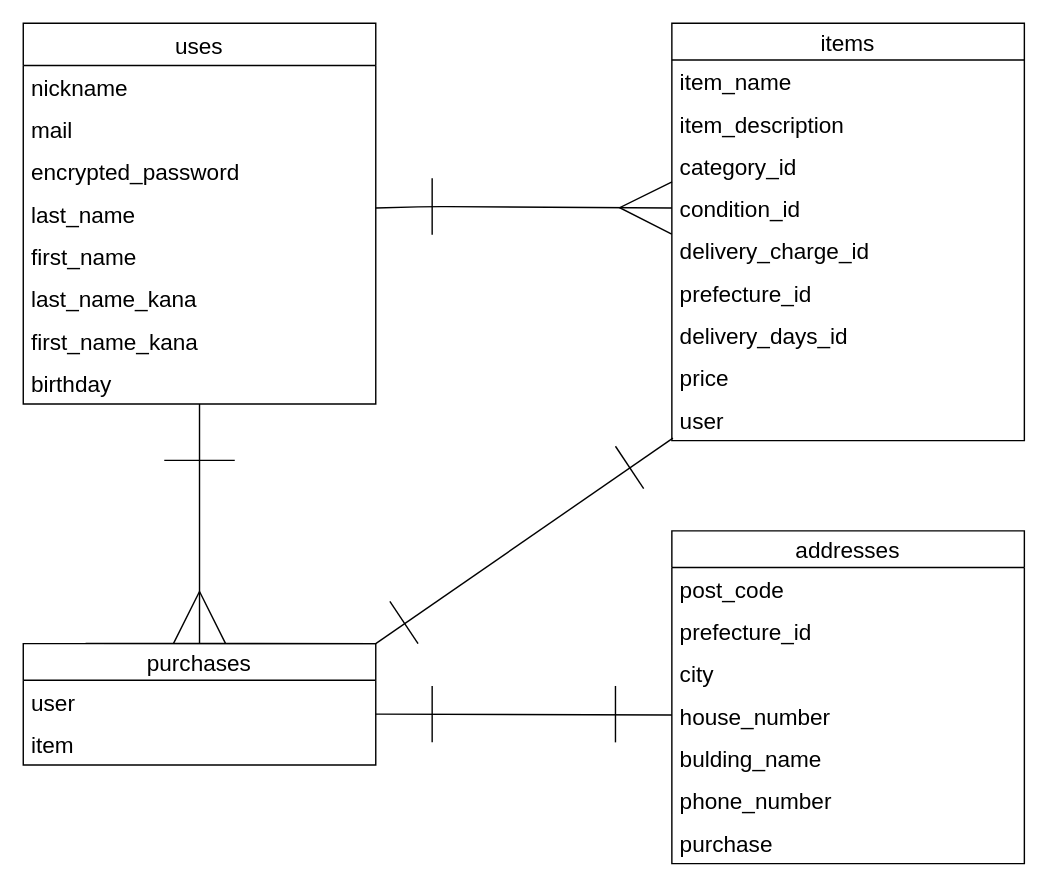
kyouheiyamazoe/furima-38379 keeps this draw.io diagram as ER.dio. Above is the earlier version. Source tidied: cells renumbered, new cells numbered last; positions are measured from the earlier drawing's top-left corner, leaving out a move shared by most shapes. Both pictures are drawn from the tidied source at 141%, with x=0, y=0 at pixel (23, 23).
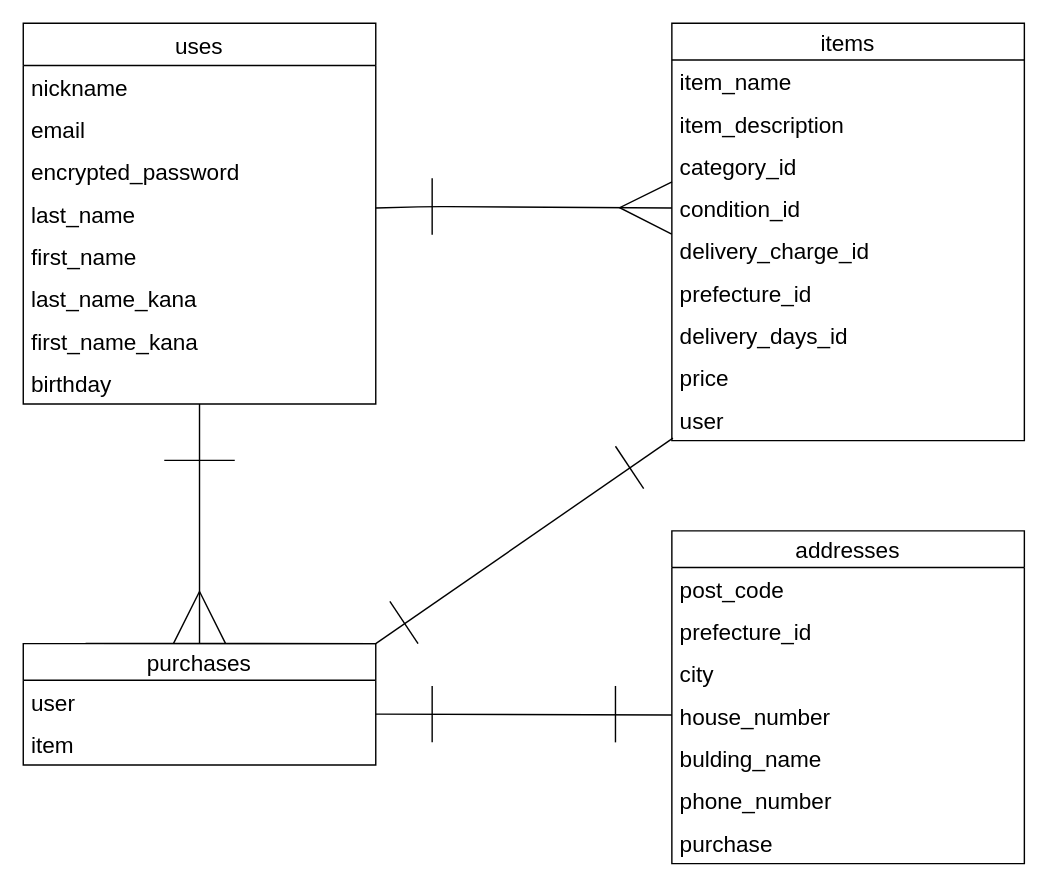
Above is the later version.

Commit message (it also covers changes not shown here):
emailに修正とテーブル名のクォーテーションの削除

The change refers to these unchanged cells:
```xml
<mxCell id="2" value="uses" style="swimlane;fontStyle=0;horizontal=1;startSize=30;align=center;fontSize=16;" parent="1" vertex="1">
  <mxGeometry width="250" height="270" as="geometry" />
</mxCell>
```

The edit, as a diff of the source:
```diff
@@
-    <mxCell id="4" value="mail" style="text;strokeColor=none;fillColor=none;spacingLeft=4;spacingRight=4;overflow=hidden;fontSize=16;" parent="2" vertex="1">
+    <mxCell id="4" value="email" style="text;strokeColor=none;fillColor=none;spacingLeft=4;spacingRight=4;overflow=hidden;fontSize=16;" parent="2" vertex="1">
       <mxGeometry y="60" width="250" height="30" as="geometry" />
     </mxCell>
```
